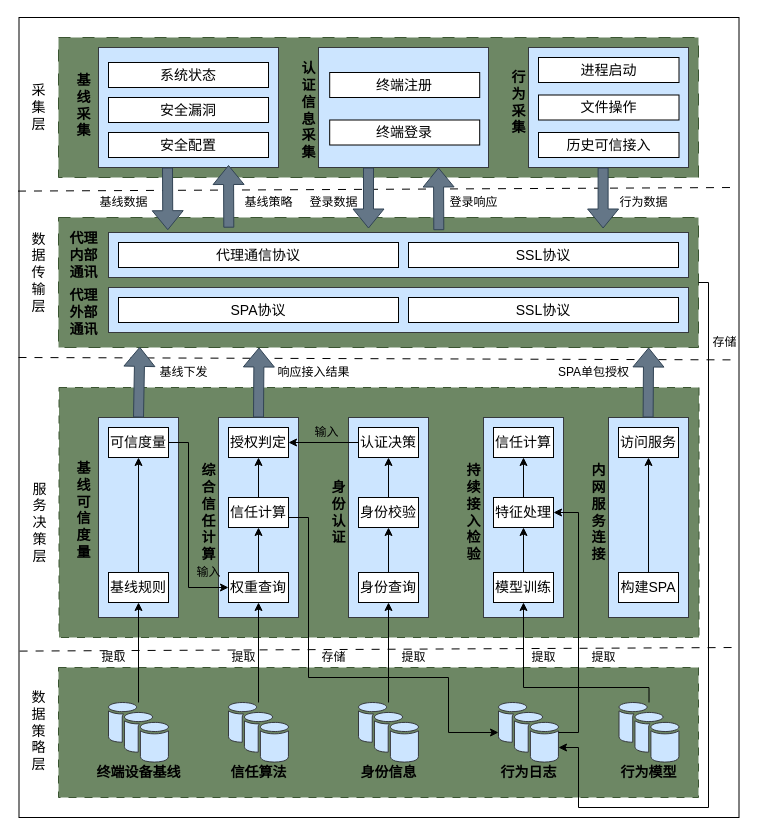
Moose1273/- keeps this draw.io diagram as testDirectory/零信任可信接入系统架构图.drawio. Above is the earlier version. Source tidied: cells renumbered, new cells numbered last; positions are measured from the earlier drawing's top-left corner, leaving out a move shared by most shapes. Both pictures are drawn from the tidied source at 100%, with x=0, y=0 at pixel (18, 17).
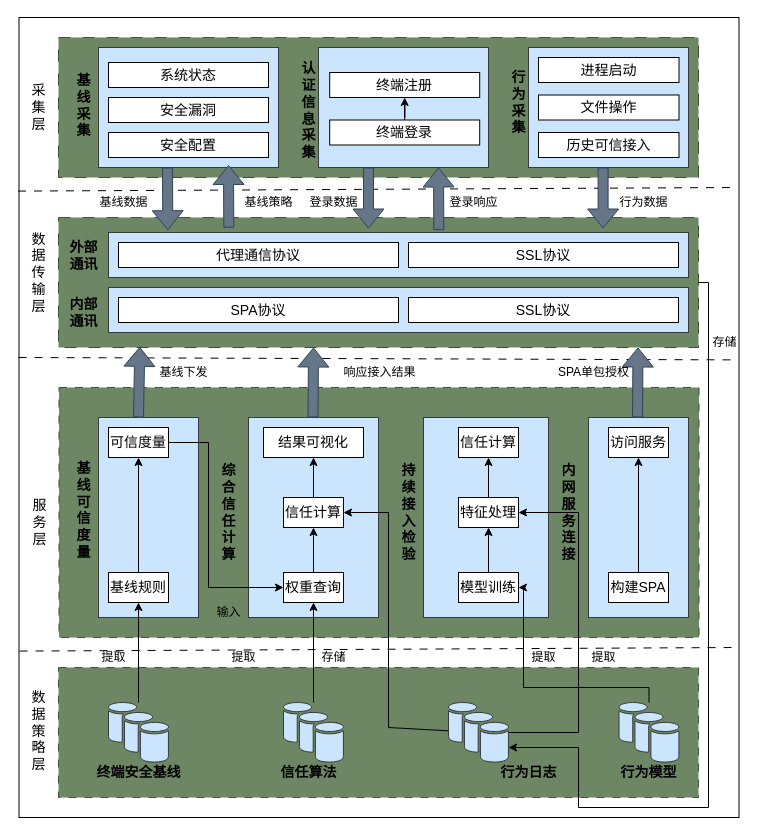
The same diagram, later.

Commit message:
更新零信任可信接入系统架构图.drawio

Unchanged cells that the change refers to:
```xml
<mxCell id="18" value="终端注册" style="rounded=0;whiteSpace=wrap;html=1;fontSize=14;" parent="1" vertex="1">
  <mxGeometry x="311.2" y="55" width="150" height="25" as="geometry" />
</mxCell>
<mxCell id="34" value="终端登录" style="rounded=0;whiteSpace=wrap;html=1;fontSize=14;" parent="1" vertex="1">
  <mxGeometry x="311.2" y="102.5" width="150" height="25" as="geometry" />
</mxCell>
<mxCell id="68" value="可信度量" style="rounded=0;whiteSpace=wrap;html=1;fontSize=14;" parent="1" vertex="1">
  <mxGeometry x="90" y="410" width="60" height="30" as="geometry" />
</mxCell>
```

The edit, as a diff of the source:
```diff
@@
-    <mxCell id="9" value="&lt;font style=&quot;font-size: 14px;&quot;&gt;服&lt;br style=&quot;font-size: 14px;&quot;&gt;务&lt;br style=&quot;font-size: 14px;&quot;&gt;决&lt;br style=&quot;font-size: 14px;&quot;&gt;策&lt;br style=&quot;font-size: 14px;&quot;&gt;层&lt;/font&gt;" style="text;html=1;align=center;verticalAlign=middle;strokeColor=none;fillColor=none;fontSize=14;" parent="1" vertex="1">
-      <mxGeometry x="0.5" y="455" width="40" height="100" as="geometry" />
+    <mxCell id="9" value="&lt;font style=&quot;font-size: 14px;&quot;&gt;服&lt;br style=&quot;font-size: 14px;&quot;&gt;务&lt;br style=&quot;font-size: 14px;&quot;&gt;层&lt;/font&gt;" style="text;html=1;align=center;verticalAlign=middle;strokeColor=none;fillColor=none;fontSize=14;" parent="1" vertex="1">
+      <mxGeometry x="0.5" y="475" width="40" height="60" as="geometry" />
     </mxCell>
@@
     <mxCell id="11" style="rounded=0;whiteSpace=wrap;html=1;fillColor=#cce5ff;strokeColor=#36393d;" parent="1" vertex="1">
-      <mxGeometry x="590" y="400" width="80" height="200" as="geometry" />
+      <mxGeometry x="570" y="400" width="100" height="200" as="geometry" />
     </mxCell>
@@
-    <mxCell id="21" style="rounded=0;whiteSpace=wrap;html=1;fillColor=#cce5ff;strokeColor=#36393d;" parent="1" vertex="1">
-      <mxGeometry x="330" y="400" width="80" height="200" as="geometry" />
-    </mxCell>
-    <mxCell id="22" style="edgeStyle=orthogonalEdgeStyle;rounded=0;jettySize=auto;html=1;entryX=0.5;entryY=1;entryDx=0;entryDy=0;" parent="1" edge="1" source="23" target="63">
-      <mxGeometry relative="1" as="geometry" />
-    </mxCell>
-    <mxCell id="23" style="sketch=0;shadow=0;dashed=0;html=1;strokeColor=#36393d;fillColor=#cce5ff;labelPosition=center;verticalLabelPosition=bottom;verticalAlign=top;outlineConnect=0;align=center;shape=mxgraph.office.databases.database_availability_group;fontSize=14;" parent="1" vertex="1">
-      <mxGeometry x="340" y="685" width="60" height="60" as="geometry" />
-    </mxCell>
@@
     <mxCell id="28" value="&lt;span style=&quot;font-size: 14px;&quot;&gt;&lt;b&gt;持&lt;br&gt;续&lt;br&gt;接&lt;br&gt;入&lt;br&gt;检&lt;br&gt;验&lt;/b&gt;&lt;/span&gt;" style="text;html=1;align=center;verticalAlign=middle;strokeColor=none;fillColor=none;" parent="1" vertex="1">
-      <mxGeometry x="435" y="440" width="40" height="110" as="geometry" />
+      <mxGeometry x="370" y="440" width="40" height="110" as="geometry" />
     </mxCell>
     <mxCell id="29" style="sketch=0;shadow=0;dashed=0;html=1;strokeColor=#36393d;fillColor=#cce5ff;labelPosition=center;verticalLabelPosition=bottom;verticalAlign=top;outlineConnect=0;align=center;shape=mxgraph.office.databases.database_availability_group;fontSize=14;" parent="1" vertex="1">
-      <mxGeometry x="210" y="685" width="60" height="60" as="geometry" />
+      <mxGeometry x="265" y="685" width="60" height="60" as="geometry" />
     </mxCell>
@@
+    <mxCell id="112" style="edgeStyle=orthogonalEdgeStyle;rounded=0;jettySize=auto;html=1;" parent="1" edge="1" source="34" target="18">
+      <mxGeometry relative="1" as="geometry" />
+    </mxCell>
@@
-    <mxCell id="36" value="&lt;span style=&quot;font-size: 14px;&quot;&gt;&lt;b&gt;代理&lt;br&gt;内部&lt;br&gt;通讯&lt;br&gt;&lt;/b&gt;&lt;/span&gt;" style="text;html=1;align=center;verticalAlign=middle;strokeColor=none;fillColor=none;" parent="1" vertex="1">
-      <mxGeometry x="40" y="207.5" width="50" height="60" as="geometry" />
+    <mxCell id="36" value="&lt;span style=&quot;font-size: 14px;&quot;&gt;&lt;b&gt;外部&lt;br&gt;通讯&lt;br&gt;&lt;/b&gt;&lt;/span&gt;" style="text;html=1;align=center;verticalAlign=middle;strokeColor=none;fillColor=none;" parent="1" vertex="1">
+      <mxGeometry x="40" y="212.5" width="50" height="50" as="geometry" />
     </mxCell>
     <mxCell id="37" value="&lt;b&gt;&lt;font style=&quot;font-size: 14px;&quot;&gt;信任算法&lt;/font&gt;&lt;/b&gt;" style="text;html=1;align=center;verticalAlign=middle;strokeColor=none;fillColor=none;" parent="1" vertex="1">
-      <mxGeometry x="200" y="740" width="80" height="30" as="geometry" />
+      <mxGeometry x="250" y="740" width="80" height="30" as="geometry" />
     </mxCell>
-    <mxCell id="38" value="&lt;span style=&quot;font-size: 14px;&quot;&gt;&lt;b&gt;身份信息&lt;/b&gt;&lt;/span&gt;" style="text;html=1;align=center;verticalAlign=middle;strokeColor=none;fillColor=none;" parent="1" vertex="1">
-      <mxGeometry x="330" y="740" width="80" height="30" as="geometry" />
-    </mxCell>
@@
     <mxCell id="41" style="sketch=0;shadow=0;dashed=0;html=1;strokeColor=#36393d;fillColor=#cce5ff;labelPosition=center;verticalLabelPosition=bottom;verticalAlign=top;outlineConnect=0;align=center;shape=mxgraph.office.databases.database_availability_group;fontSize=14;" parent="1" vertex="1">
-      <mxGeometry x="480" y="685" width="60" height="60" as="geometry" />
+      <mxGeometry x="430" y="685" width="60" height="60" as="geometry" />
     </mxCell>
@@
-    <mxCell id="43" value="&lt;span style=&quot;font-size: 14px;&quot;&gt;&lt;b&gt;终端设备基线&lt;/b&gt;&lt;/span&gt;" style="text;html=1;align=center;verticalAlign=middle;strokeColor=none;fillColor=none;" parent="1" vertex="1">
+    <mxCell id="43" value="&lt;span style=&quot;font-size: 14px;&quot;&gt;&lt;b&gt;终端安全基线&lt;/b&gt;&lt;/span&gt;" style="text;html=1;align=center;verticalAlign=middle;strokeColor=none;fillColor=none;" parent="1" vertex="1">
       <mxGeometry x="65" y="740" width="110" height="30" as="geometry" />
     </mxCell>
@@
-    <mxCell id="45" value="&lt;span style=&quot;font-size: 14px;&quot;&gt;&lt;b&gt;代理&lt;br&gt;外部&lt;br&gt;通讯&lt;br&gt;&lt;/b&gt;&lt;/span&gt;" style="text;html=1;align=center;verticalAlign=middle;strokeColor=none;fillColor=none;" parent="1" vertex="1">
-      <mxGeometry x="40" y="265" width="50" height="60" as="geometry" />
+    <mxCell id="45" value="&lt;span style=&quot;font-size: 14px;&quot;&gt;&lt;b&gt;内部&lt;br&gt;通讯&lt;br&gt;&lt;/b&gt;&lt;/span&gt;" style="text;html=1;align=center;verticalAlign=middle;strokeColor=none;fillColor=none;" parent="1" vertex="1">
+      <mxGeometry x="40" y="270" width="50" height="50" as="geometry" />
     </mxCell>
@@
-    <mxCell id="49" value="&lt;span style=&quot;font-size: 14px;&quot;&gt;&lt;b&gt;身&lt;/b&gt;&lt;/span&gt;&lt;div&gt;&lt;span style=&quot;font-size: 14px;&quot;&gt;&lt;b&gt;份&lt;/b&gt;&lt;/span&gt;&lt;/div&gt;&lt;div&gt;&lt;span style=&quot;font-size: 14px;&quot;&gt;&lt;b&gt;认&lt;/b&gt;&lt;/span&gt;&lt;/div&gt;&lt;div&gt;&lt;span style=&quot;font-size: 14px;&quot;&gt;&lt;b&gt;证&lt;/b&gt;&lt;/span&gt;&lt;/div&gt;" style="text;html=1;align=center;verticalAlign=middle;strokeColor=none;fillColor=none;" parent="1" vertex="1">
-      <mxGeometry x="300" y="455" width="40" height="80" as="geometry" />
-    </mxCell>
@@
     <mxCell id="51" value="&lt;span style=&quot;font-size: 14px;&quot;&gt;&lt;b&gt;综&lt;/b&gt;&lt;/span&gt;&lt;div&gt;&lt;span style=&quot;font-size: 14px;&quot;&gt;&lt;b&gt;合&lt;/b&gt;&lt;/span&gt;&lt;/div&gt;&lt;div&gt;&lt;span style=&quot;font-size: 14px;&quot;&gt;&lt;b&gt;信&lt;/b&gt;&lt;/span&gt;&lt;/div&gt;&lt;div&gt;&lt;span style=&quot;font-size: 14px;&quot;&gt;&lt;b&gt;任&lt;/b&gt;&lt;/span&gt;&lt;/div&gt;&lt;div&gt;&lt;span style=&quot;font-size: 14px;&quot;&gt;&lt;b&gt;计&lt;/b&gt;&lt;/span&gt;&lt;/div&gt;&lt;div&gt;&lt;span style=&quot;font-size: 14px;&quot;&gt;&lt;b&gt;算&lt;/b&gt;&lt;/span&gt;&lt;/div&gt;" style="text;html=1;align=center;verticalAlign=middle;strokeColor=none;fillColor=none;" parent="1" vertex="1">
-      <mxGeometry x="170" y="440" width="40" height="110" as="geometry" />
+      <mxGeometry x="190" y="440" width="40" height="110" as="geometry" />
     </mxCell>
@@
     <mxCell id="53" style="rounded=0;whiteSpace=wrap;html=1;fillColor=#cce5ff;strokeColor=#36393d;" parent="1" vertex="1">
-      <mxGeometry x="200" y="400" width="80" height="200" as="geometry" />
+      <mxGeometry x="230" y="400" width="130" height="200" as="geometry" />
     </mxCell>
@@
     <mxCell id="56" value="权重查询" style="whiteSpace=wrap;html=1;fontSize=14;verticalAlign=middle;sketch=0;shadow=0;dashed=0;" parent="1" vertex="1">
-      <mxGeometry x="210" y="555" width="60" height="30" as="geometry" />
+      <mxGeometry x="265" y="555" width="60" height="30" as="geometry" />
     </mxCell>
-    <mxCell id="57" style="edgeStyle=orthogonalEdgeStyle;rounded=0;jettySize=auto;html=1;exitX=0.5;exitY=1;exitDx=0;exitDy=0;" parent="1" edge="1" source="98" target="41">
-      <mxGeometry relative="1" as="geometry">
-        <Array as="points">
-          <mxPoint x="240" y="500" />
-          <mxPoint x="290" y="500" />
-          <mxPoint x="290" y="660" />
-          <mxPoint x="430" y="660" />
-          <mxPoint x="430" y="715" />
-        </Array>
-      </mxGeometry>
-    </mxCell>
-    <mxCell id="58" value="授权判定" style="whiteSpace=wrap;html=1;fontSize=14;rounded=0;" parent="1" vertex="1">
-      <mxGeometry x="210" y="410" width="60" height="30" as="geometry" />
+    <mxCell id="58" value="结果可视化" style="whiteSpace=wrap;html=1;fontSize=14;rounded=0;" parent="1" vertex="1">
+      <mxGeometry x="245" y="410" width="100" height="30" as="geometry" />
     </mxCell>
     <mxCell id="59" style="rounded=0;whiteSpace=wrap;html=1;fillColor=#cce5ff;strokeColor=#36393d;" parent="1" vertex="1">
-      <mxGeometry x="465" y="400" width="80" height="200" as="geometry" />
+      <mxGeometry x="405" y="400" width="125" height="200" as="geometry" />
     </mxCell>
@@
     <mxCell id="61" value="构建SPA" style="whiteSpace=wrap;html=1;fontSize=14;rounded=0;" parent="1" vertex="1">
-      <mxGeometry x="600" y="555" width="60" height="30" as="geometry" />
+      <mxGeometry x="590" y="555" width="60" height="30" as="geometry" />
     </mxCell>
-    <mxCell id="62" style="edgeStyle=orthogonalEdgeStyle;rounded=0;jettySize=auto;html=1;" parent="1" edge="1" source="63" target="95">
-      <mxGeometry relative="1" as="geometry" />
-    </mxCell>
-    <mxCell id="63" value="身份查询" style="rounded=0;whiteSpace=wrap;html=1;fontSize=14;" parent="1" vertex="1">
-      <mxGeometry x="340" y="555" width="60" height="30" as="geometry" />
-    </mxCell>
-    <mxCell id="64" style="edgeStyle=orthogonalEdgeStyle;rounded=0;jettySize=auto;html=1;exitX=0;exitY=0.5;exitDx=0;exitDy=0;entryX=1;entryY=0.5;entryDx=0;entryDy=0;" parent="1" edge="1" source="65" target="58">
-      <mxGeometry relative="1" as="geometry" />
-    </mxCell>
-    <mxCell id="65" value="认证决策" style="whiteSpace=wrap;html=1;fontSize=14;rounded=0;" parent="1" vertex="1">
-      <mxGeometry x="340" y="410" width="60" height="30" as="geometry" />
-    </mxCell>
     <mxCell id="66" style="rounded=0;whiteSpace=wrap;html=1;fillColor=#cce5ff;strokeColor=#36393d;" parent="1" vertex="1">
-      <mxGeometry x="80" y="400" width="80" height="200" as="geometry" />
+      <mxGeometry x="80" y="400" width="100" height="200" as="geometry" />
     </mxCell>
     <mxCell id="67" style="edgeStyle=orthogonalEdgeStyle;rounded=0;jettySize=auto;html=1;exitX=1;exitY=0.5;exitDx=0;exitDy=0;entryX=0;entryY=0.5;entryDx=0;entryDy=0;" parent="1" edge="1" source="68" target="56">
       <mxGeometry relative="1" as="geometry">
         <Array as="points">
-          <mxPoint x="170" y="425" />
-          <mxPoint x="170" y="570" />
+          <mxPoint x="190" y="425" />
+          <mxPoint x="190" y="570" />
         </Array>
       </mxGeometry>
     </mxCell>
@@
     <mxCell id="77" style="shape=flexArrow;endArrow=classic;html=1;rounded=0;entryX=0.127;entryY=0.995;entryDx=0;entryDy=0;entryPerimeter=0;fillColor=#647687;strokeColor=#314354;" parent="1" edge="1">
       <mxGeometry relative="1" as="geometry">
-        <mxPoint x="240" y="400" as="sourcePoint" />
-        <mxPoint x="240.5" y="330" as="targetPoint" />
+        <mxPoint x="294.5" y="400" as="sourcePoint" />
+        <mxPoint x="295" y="330" as="targetPoint" />
       </mxGeometry>
     </mxCell>
@@
     <mxCell id="82" value="响应接入结果" style="text;html=1;align=center;verticalAlign=middle;strokeColor=none;fillColor=none;" parent="1" vertex="1">
-      <mxGeometry x="245" y="340" width="100" height="30" as="geometry" />
+      <mxGeometry x="311.2" y="340" width="100" height="30" as="geometry" />
     </mxCell>
     <mxCell id="83" value="&lt;div&gt;&lt;span style=&quot;font-size: 14px;&quot;&gt;&lt;b&gt;内&lt;/b&gt;&lt;/span&gt;&lt;/div&gt;&lt;div&gt;&lt;span style=&quot;font-size: 14px;&quot;&gt;&lt;b&gt;网&lt;/b&gt;&lt;/span&gt;&lt;/div&gt;&lt;span style=&quot;font-size: 14px;&quot;&gt;&lt;b&gt;服&lt;/b&gt;&lt;/span&gt;&lt;div&gt;&lt;span style=&quot;font-size: 14px;&quot;&gt;&lt;b&gt;务&lt;/b&gt;&lt;/span&gt;&lt;/div&gt;&lt;div&gt;&lt;span style=&quot;font-size: 14px;&quot;&gt;&lt;b&gt;连&lt;/b&gt;&lt;/span&gt;&lt;/div&gt;&lt;div&gt;&lt;span style=&quot;font-size: 14px;&quot;&gt;&lt;b&gt;接&lt;/b&gt;&lt;/span&gt;&lt;/div&gt;" style="text;html=1;align=center;verticalAlign=middle;strokeColor=none;fillColor=none;" parent="1" vertex="1">
-      <mxGeometry x="560" y="440" width="40" height="110" as="geometry" />
+      <mxGeometry x="530" y="440" width="40" height="110" as="geometry" />
     </mxCell>
@@
     <mxCell id="85" value="模型训练" style="whiteSpace=wrap;html=1;fontSize=14;verticalAlign=middle;sketch=0;shadow=0;dashed=0;" parent="1" vertex="1">
-      <mxGeometry x="475" y="555" width="60" height="30" as="geometry" />
+      <mxGeometry x="440" y="555" width="60" height="30" as="geometry" />
     </mxCell>
@@
     <mxCell id="87" value="特征处理" style="rounded=0;whiteSpace=wrap;html=1;fontSize=14;" parent="1" vertex="1">
-      <mxGeometry x="475" y="480" width="60" height="30" as="geometry" />
+      <mxGeometry x="440" y="480" width="60" height="30" as="geometry" />
     </mxCell>
     <mxCell id="88" value="信任计算" style="whiteSpace=wrap;html=1;fontSize=14;rounded=0;" parent="1" vertex="1">
-      <mxGeometry x="475" y="410" width="60" height="30" as="geometry" />
+      <mxGeometry x="440" y="410" width="60" height="30" as="geometry" />
     </mxCell>
     <mxCell id="89" value="输入" style="text;html=1;align=center;verticalAlign=middle;strokeColor=none;fillColor=none;" parent="1" vertex="1">
-      <mxGeometry x="165" y="540" width="50" height="30" as="geometry" />
+      <mxGeometry x="185" y="580" width="50" height="30" as="geometry" />
     </mxCell>
-    <mxCell id="90" value="输入" style="text;html=1;align=center;verticalAlign=middle;strokeColor=none;fillColor=none;" parent="1" vertex="1">
-      <mxGeometry x="283" y="400" width="50" height="30" as="geometry" />
-    </mxCell>
@@
-    <mxCell id="94" style="edgeStyle=orthogonalEdgeStyle;rounded=0;jettySize=auto;html=1;entryX=0.5;entryY=1;entryDx=0;entryDy=0;" parent="1" edge="1" source="95" target="65">
-      <mxGeometry relative="1" as="geometry" />
-    </mxCell>
-    <mxCell id="95" value="身份校验" style="whiteSpace=wrap;html=1;fontSize=14;rounded=0;" parent="1" vertex="1">
-      <mxGeometry x="340" y="480" width="60" height="30" as="geometry" />
-    </mxCell>
@@
     <mxCell id="98" value="信任计算" style="rounded=0;whiteSpace=wrap;html=1;fontSize=14;" parent="1" vertex="1">
-      <mxGeometry x="210" y="480" width="60" height="30" as="geometry" />
+      <mxGeometry x="265" y="480" width="60" height="30" as="geometry" />
     </mxCell>
@@
-    <mxCell id="100" value="提取" style="text;html=1;align=center;verticalAlign=middle;strokeColor=none;fillColor=none;" parent="1" vertex="1">
-      <mxGeometry x="370" y="625" width="50" height="30" as="geometry" />
-    </mxCell>
@@
     <mxCell id="103" value="访问服务" style="whiteSpace=wrap;html=1;fontSize=14;rounded=0;" parent="1" vertex="1">
-      <mxGeometry x="600" y="410" width="60" height="30" as="geometry" />
+      <mxGeometry x="590" y="410" width="60" height="30" as="geometry" />
     </mxCell>
@@
     <mxCell id="105" style="shape=flexArrow;endArrow=classic;html=1;rounded=0;entryX=0.127;entryY=0.995;entryDx=0;entryDy=0;entryPerimeter=0;fillColor=#647687;strokeColor=#314354;" parent="1" edge="1">
       <mxGeometry relative="1" as="geometry">
-        <mxPoint x="629.6" y="400" as="sourcePoint" />
-        <mxPoint x="630.1" y="330" as="targetPoint" />
+        <mxPoint x="619" y="400" as="sourcePoint" />
+        <mxPoint x="619.5" y="330" as="targetPoint" />
       </mxGeometry>
     </mxCell>
@@
+    <mxCell id="113" style="endArrow=classic;html=1;rounded=0;entryX=1;entryY=0.5;entryDx=0;entryDy=0;" parent="1" edge="1" source="41" target="98">
+      <mxGeometry relative="1" as="geometry">
+        <Array as="points">
+          <mxPoint x="370" y="710" />
+          <mxPoint x="370" y="620" />
+          <mxPoint x="370" y="495" />
+        </Array>
+      </mxGeometry>
+    </mxCell>
```
